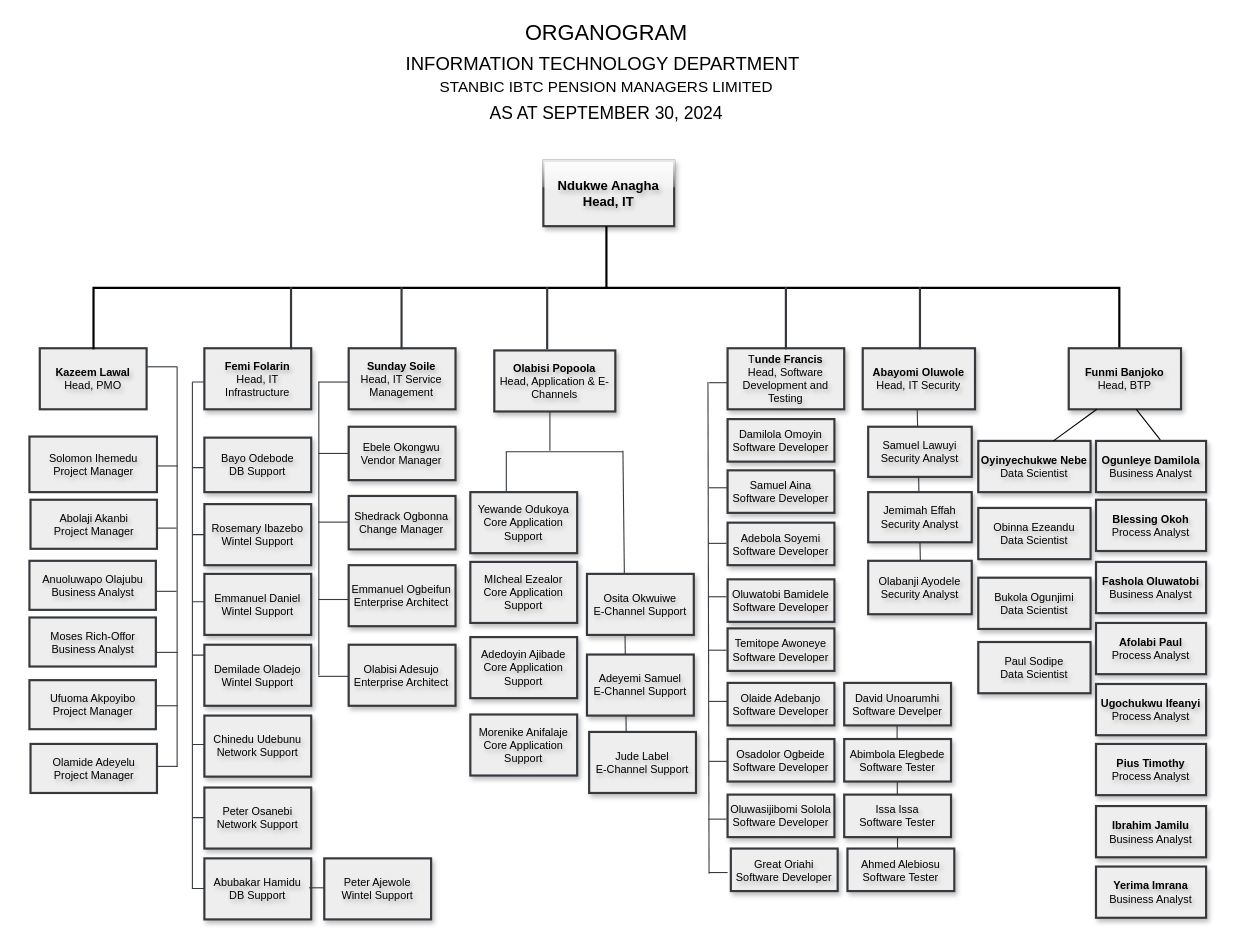
Earlier version of the draw.io diagram page "Copy of Page-1" (2 of 3) of organogram.drawio (Great-B/standard-arch-diagrams). Source tidied: cells renumbered, new cells numbered last; positions are measured from the earlier drawing's top-left corner, leaving out a move shared by most shapes. Both pictures are drawn from the tidied source at 109%, with x=0, y=0 at pixel (19, -226).
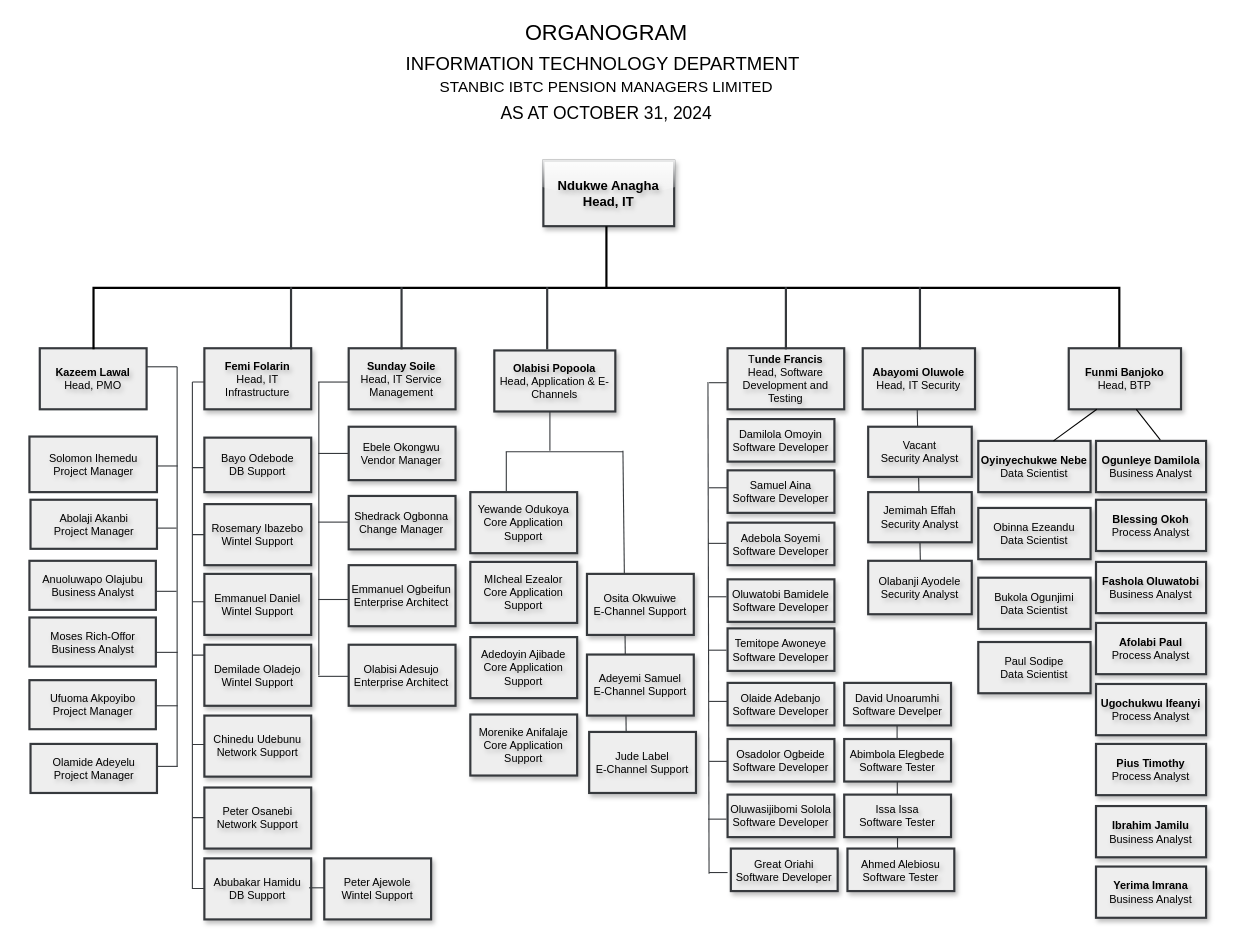
The same page after the edit.

Change to the diagram source:
```diff
@@
-    <mxCell id="10" value="&lt;font style=&quot;&quot;&gt;&lt;font style=&quot;font-size: 20px;&quot;&gt;ORGANOGRAM&lt;/font&gt;&lt;br&gt;&lt;/font&gt;&lt;div style=&quot;&quot;&gt;&lt;font style=&quot;&quot;&gt;&lt;font style=&quot;&quot;&gt;&lt;span style=&quot;background-color: initial;&quot;&gt;&lt;font style=&quot;font-size: 17px;&quot;&gt;INFORMATION TECHNOLOGY DEPARTMENT&lt;/font&gt;&lt;/span&gt;&lt;span style=&quot;font-size: 24px; background-color: initial;&quot;&gt;&amp;nbsp;&lt;br&gt;&lt;/span&gt;&lt;font style=&quot;font-size: 14px;&quot;&gt;STANBIC IBTC PENSION MANAGERS LIMITED&lt;/font&gt;&lt;/font&gt;&lt;/font&gt;&lt;div style=&quot;font-size: 23px;&quot;&gt;&lt;font size=&quot;3&quot; style=&quot;&quot;&gt;AS AT SEPTEMBER 30, 2024&lt;/font&gt;&lt;/div&gt;&lt;/div&gt;" style="rounded=0;whiteSpace=wrap;html=1;strokeColor=none;fillColor=none;" parent="1" vertex="1">
+    <mxCell id="10" value="&lt;font style=&quot;&quot;&gt;&lt;font style=&quot;font-size: 20px;&quot;&gt;ORGANOGRAM&lt;/font&gt;&lt;br&gt;&lt;/font&gt;&lt;div style=&quot;&quot;&gt;&lt;font style=&quot;&quot;&gt;&lt;font style=&quot;&quot;&gt;&lt;span style=&quot;background-color: initial;&quot;&gt;&lt;font style=&quot;font-size: 17px;&quot;&gt;INFORMATION TECHNOLOGY DEPARTMENT&lt;/font&gt;&lt;/span&gt;&lt;span style=&quot;font-size: 24px; background-color: initial;&quot;&gt;&amp;nbsp;&lt;br&gt;&lt;/span&gt;&lt;font style=&quot;font-size: 14px;&quot;&gt;STANBIC IBTC PENSION MANAGERS LIMITED&lt;/font&gt;&lt;/font&gt;&lt;/font&gt;&lt;div style=&quot;font-size: 23px;&quot;&gt;&lt;font size=&quot;3&quot; style=&quot;&quot;&gt;AS AT OCTOBER 31, 2024&lt;/font&gt;&lt;/div&gt;&lt;/div&gt;" style="rounded=0;whiteSpace=wrap;html=1;strokeColor=none;fillColor=none;" parent="1" vertex="1">
       <mxGeometry x="-0.2" y="224" width="1078" height="98" as="geometry" />
     </mxCell>
@@
-    <mxCell id="95" value="&lt;span style=&quot;font-size: 10px;&quot;&gt;Samuel Lawuyi&lt;br&gt;Security Analyst&lt;/span&gt;" style="rounded=0;whiteSpace=wrap;html=1;strokeWidth=2;perimeterSpacing=0;glass=0;shadow=1;fontStyle=0;textShadow=1;fillColor=#eeeeee;strokeColor=#36393d;fontSize=10;" parent="1" vertex="1">
+    <mxCell id="95" value="&lt;span style=&quot;font-size: 10px;&quot;&gt;Vacant&lt;br&gt;Security Analyst&lt;/span&gt;" style="rounded=0;whiteSpace=wrap;html=1;strokeWidth=2;perimeterSpacing=0;glass=0;shadow=1;fontStyle=0;textShadow=1;fillColor=#eeeeee;strokeColor=#36393d;fontSize=10;" parent="1" vertex="1">
       <mxGeometry x="779" y="598" width="95" height="46" as="geometry" />
     </mxCell>
```
